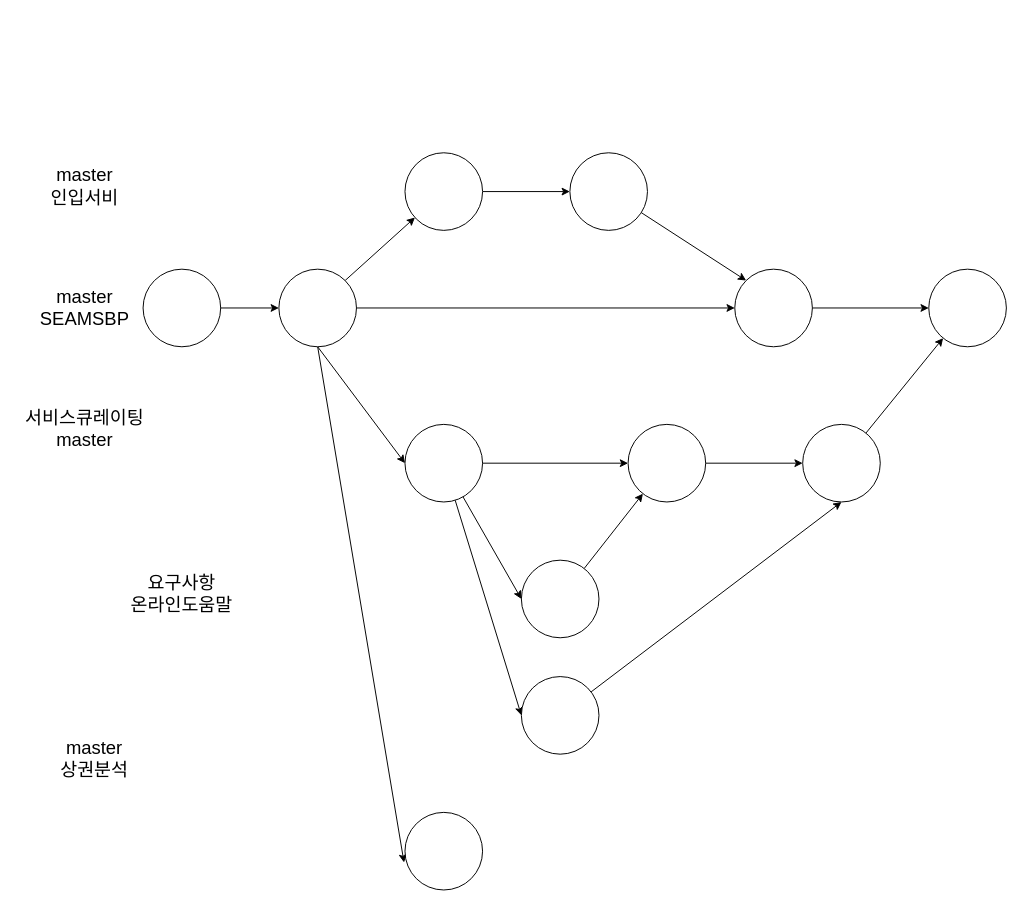
This is page "페이지-2" (2 of 2) of usecase.drawio from kj-git-practice/git-practice, a draw.io file, before an edit. Source tidied: cells renumbered, new cells numbered last; positions are measured from the earlier drawing's top-left corner, leaving out a move shared by most shapes. Both pictures are drawn from the tidied source at 97%, with x=0, y=0 at pixel (16, 133).
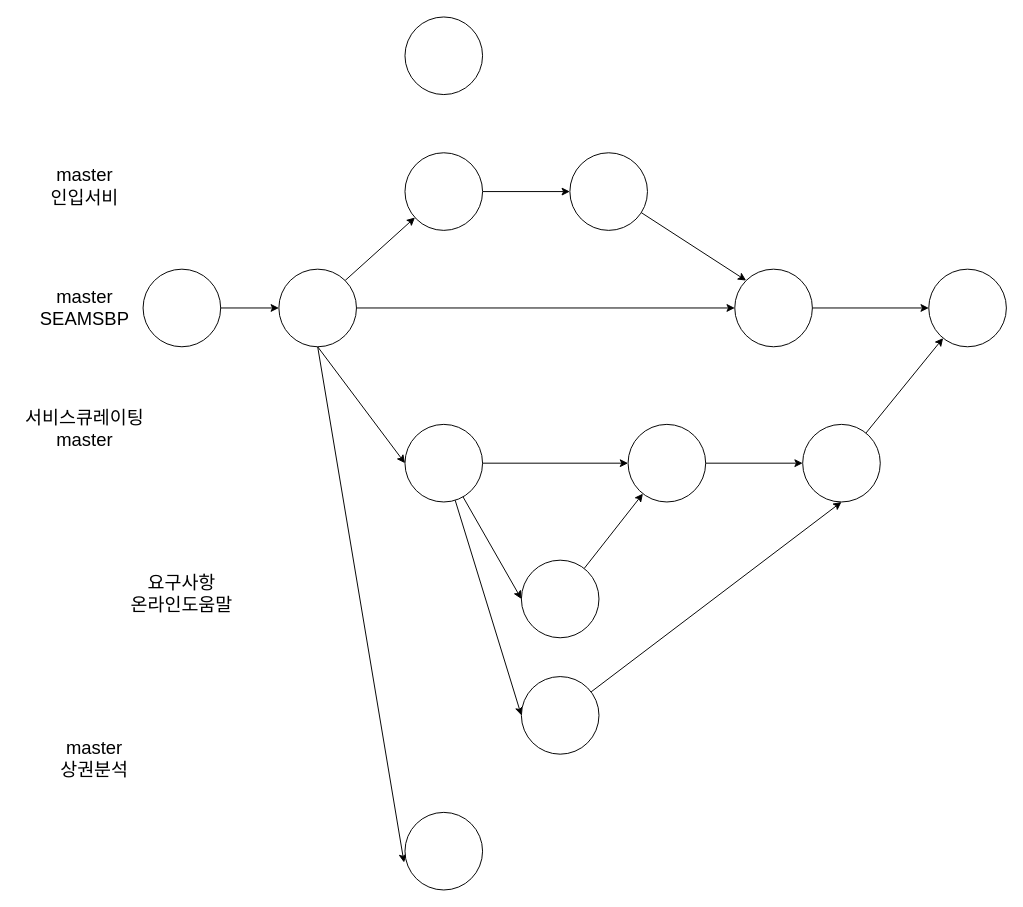
The same page after the edit.

Commit message:
지시한 사항에 대해서 다시 커밋

What changed in the source:
```diff
@@
+    <mxCell id="34" style="ellipse;whiteSpace=wrap;html=1;" parent="1" vertex="1">
+      <mxGeometry x="400" y="-120" width="80" height="80" as="geometry" />
+    </mxCell>
```
